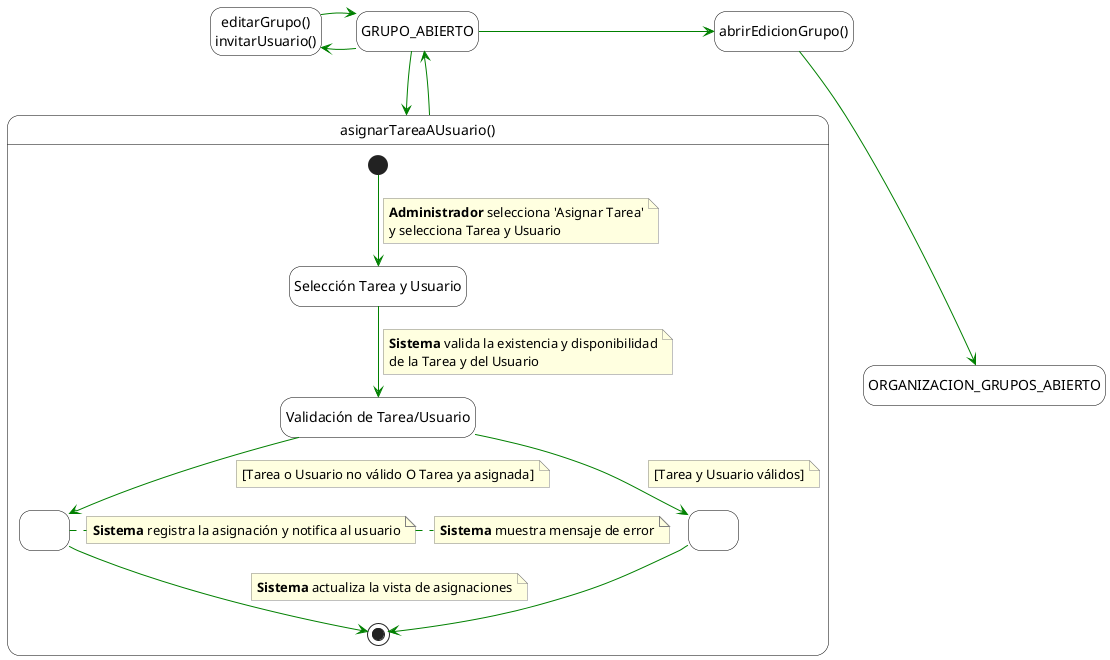
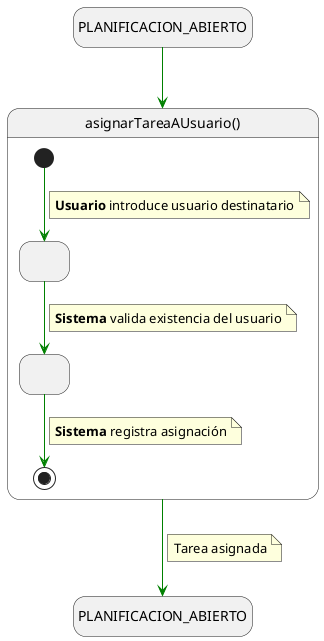
@startuml asignarTareaAUsuario
+ 
hide empty description
+ skinparam linetype polyline

- skinparam state {
-     BackgroundColor White
-     BorderColor Black
-     ArrowColor Green
- }
- skinparam note {
-     BackgroundColor LightYellow
-     BorderColor Gray
- }
+ state in1 as "PLANIFICACION_ABIERTO"
+ in1 -[#green]-> asignarTareaAUsuario

- state GRUPO_ABIERTO
+ state asignarTareaAUsuario as "asignarTareaAUsuario()" {

- state "asignarTareaAUsuario()" as MainBlock {
+     state IngresandoAsignacion as " "
+     state ValidandoAsignacion as " "

-     [*] --> Paso1
+     [*] -[#green]-> IngresandoAsignacion
    note on link
-         **Administrador** selecciona 'Asignar Tarea'
-         y selecciona Tarea y Usuario
+         <b>Usuario</b> introduce usuario destinatario
    end note

-     state Paso1 as "Selección Tarea y Usuario"
- 
-     Paso1 --> Paso2
+     IngresandoAsignacion -[#green]-> ValidandoAsignacion
    note on link
-         **Sistema** valida la existencia y disponibilidad
-         de la Tarea y del Usuario
+         <b>Sistema</b> valida existencia del usuario
    end note

-     state Paso2 as "Validación de Tarea/Usuario"
- 
-     Paso2 --> Exito
+     ValidandoAsignacion -[#green]-> [*]
    note on link
-         [Tarea y Usuario válidos]
-     end note
- 
-     Paso2 --> Fracaso
-     note on link
-         [Tarea o Usuario no válido O Tarea ya asignada]
-     end note
- 
-     state Exito as " "
-     note right
-         **Sistema** registra la asignación y notifica al usuario
-     end note
- 
-     state Fracaso as " "
-     note right
-         **Sistema** muestra mensaje de error
-     end note
- 
-     Exito --> [*]
-     Fracaso --> [*]
-     note on link
-         **Sistema** actualiza la vista de asignaciones
+         <b>Sistema</b> registra asignación
    end note
}

- GRUPO_ABIERTO -down-> MainBlock
+ asignarTareaAUsuario -[#green]-> PLANIFICACION_ABIERTO
+ note on link
+     Tarea asignada
+ end note

- MainBlock -down-> GRUPO_ABIERTO
- 
- state otras as "editarGrupo()\ninvitarUsuario()"
- GRUPO_ABIERTO -left-> otras
- otras -right-> GRUPO_ABIERTO
- 
- state cerrar as "abrirEdicionGrupo()"
- state ORGANIZACION_GRUPOS_ABIERTO
- GRUPO_ABIERTO -right-> cerrar
- cerrar -down-> ORGANIZACION_GRUPOS_ABIERTO
- 
- @enduml+ @enduml
